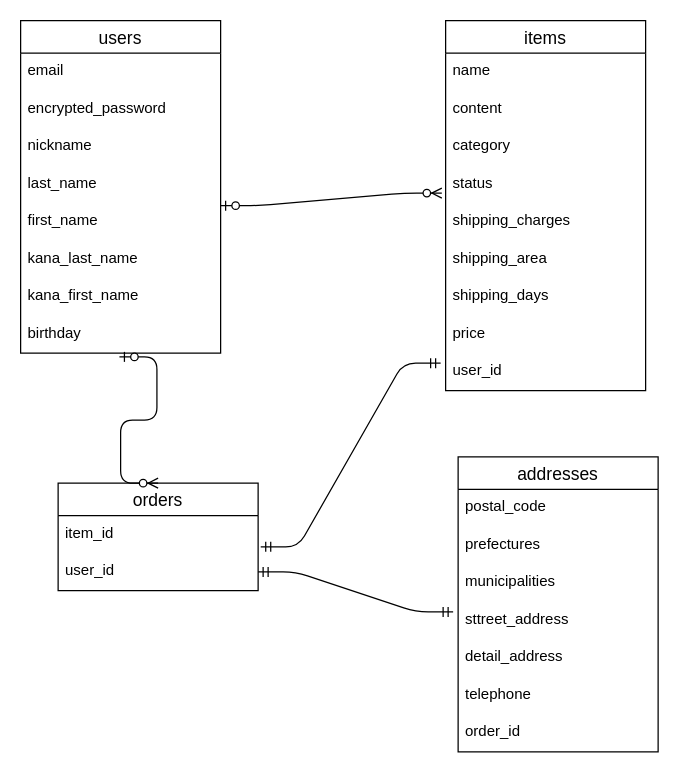
Before: ER.dio in yuki1567/furima-36889, a draw.io diagram. Source tidied: cells renumbered, new cells numbered last; positions are measured from the earlier drawing's top-left corner, leaving out a move shared by most shapes. Both pictures are drawn from the tidied source at 125%, with x=0, y=0 at pixel (20, 20).
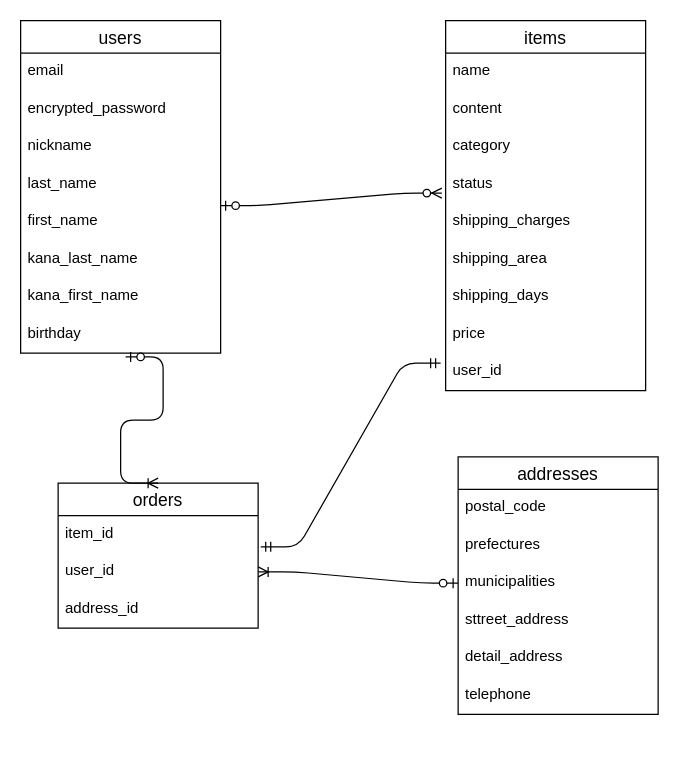
After the change.

Commit message (it also covers changes not shown here):
ER図とデータベース設計の修正

The change refers to these unchanged cells:
```xml
<mxCell id="3" value="item_id" style="text;strokeColor=none;fillColor=none;spacingLeft=4;spacingRight=4;overflow=hidden;points=[[0,0.5],[1,0.5]];portConstraint=eastwest;fontSize=12;" parent="2" vertex="1">
  <mxGeometry y="26" width="160" height="30" as="geometry" />
</mxCell>
<mxCell id="4" value="user_id" style="text;strokeColor=none;fillColor=none;spacingLeft=4;spacingRight=4;overflow=hidden;points=[[0,0.5],[1,0.5]];portConstraint=eastwest;fontSize=12;" parent="2" vertex="1">
  <mxGeometry y="56" width="160" height="30" as="geometry" />
</mxCell>
<mxCell id="13" value="birthday" style="text;strokeColor=none;fillColor=none;spacingLeft=4;spacingRight=4;overflow=hidden;points=[[0,0.5],[1,0.5]];portConstraint=eastwest;fontSize=12;" parent="5" vertex="1">
  <mxGeometry y="236" width="160" height="30" as="geometry" />
</mxCell>
<mxCell id="17" value="municipalities" style="text;strokeColor=none;fillColor=none;spacingLeft=4;spacingRight=4;overflow=hidden;points=[[0,0.5],[1,0.5]];portConstraint=eastwest;fontSize=12;" parent="14" vertex="1">
  <mxGeometry y="86" width="160" height="30" as="geometry" />
</mxCell>
<mxCell id="18" value="sttreet_address" style="text;strokeColor=none;fillColor=none;spacingLeft=4;spacingRight=4;overflow=hidden;points=[[0,0.5],[1,0.5]];portConstraint=eastwest;fontSize=12;" parent="14" vertex="1">
  <mxGeometry y="116" width="160" height="30" as="geometry" />
</mxCell>
<mxCell id="31" value="user_id" style="text;strokeColor=none;fillColor=none;spacingLeft=4;spacingRight=4;overflow=hidden;points=[[0,0.5],[1,0.5]];portConstraint=eastwest;fontSize=12;" parent="22" vertex="1">
  <mxGeometry y="266" width="160" height="30" as="geometry" />
</mxCell>
```

The edit, as a diff of the source:
```diff
@@
     <mxCell id="2" value="orders" style="swimlane;fontStyle=0;horizontal=1;startSize=26;align=center;fontSize=14;" parent="1" vertex="1">
-      <mxGeometry x="30" y="370" width="160" height="86" as="geometry" />
+      <mxGeometry x="30" y="370" width="160" height="116" as="geometry" />
     </mxCell>
@@
+    <mxCell id="36" value="address_id" style="text;strokeColor=none;fillColor=none;spacingLeft=4;spacingRight=4;overflow=hidden;fontSize=12;" parent="2" vertex="1">
+      <mxGeometry y="86" width="160" height="30" as="geometry" />
+    </mxCell>
@@
     <mxCell id="14" value="addresses" style="swimlane;fontStyle=0;horizontal=1;startSize=26;align=center;fontSize=14;" parent="1" vertex="1">
-      <mxGeometry x="350" y="349" width="160" height="236" as="geometry" />
+      <mxGeometry x="350" y="349" width="160" height="206" as="geometry" />
     </mxCell>
@@
-    <mxCell id="21" value="order_id&#10;" style="text;strokeColor=none;fillColor=none;spacingLeft=4;spacingRight=4;overflow=hidden;fontSize=12;" parent="14" vertex="1">
-      <mxGeometry y="206" width="160" height="30" as="geometry" />
-    </mxCell>
@@
+    <mxCell id="34" style="edgeStyle=entityRelationEdgeStyle;fontSize=12;html=1;endArrow=ERmandOne;startArrow=ERmandOne;entryX=-0.025;entryY=0.267;entryDx=0;entryDy=0;entryPerimeter=0;exitX=1.013;exitY=0.833;exitDx=0;exitDy=0;exitPerimeter=0;" parent="1" edge="1" source="3" target="31">
+      <mxGeometry relative="1" as="geometry" />
+    </mxCell>
+    <mxCell id="37" style="edgeStyle=entityRelationEdgeStyle;fontSize=12;html=1;endArrow=ERoneToMany;startArrow=ERzeroToOne;exitX=0;exitY=0.5;exitDx=0;exitDy=0;" parent="1" edge="1" source="17" target="4">
+      <mxGeometry relative="1" as="geometry" />
+    </mxCell>
-    <mxCell id="33" style="edgeStyle=entityRelationEdgeStyle;fontSize=12;html=1;endArrow=ERzeroToMany;startArrow=ERzeroToOne;exitX=0.494;exitY=1.1;exitDx=0;exitDy=0;exitPerimeter=0;entryX=0.5;entryY=0;entryDx=0;entryDy=0;" parent="1" edge="1" source="13" target="2">
+    <mxCell id="33" style="edgeStyle=entityRelationEdgeStyle;fontSize=12;html=1;endArrow=ERoneToMany;startArrow=ERzeroToOne;entryX=0.5;entryY=0;entryDx=0;entryDy=0;exitX=0.525;exitY=1.1;exitDx=0;exitDy=0;exitPerimeter=0;" parent="1" edge="1" source="13" target="2">
       <mxGeometry relative="1" as="geometry" />
     </mxCell>
-    <mxCell id="34" style="edgeStyle=entityRelationEdgeStyle;fontSize=12;html=1;endArrow=ERmandOne;startArrow=ERmandOne;entryX=-0.025;entryY=0.267;entryDx=0;entryDy=0;entryPerimeter=0;exitX=1.013;exitY=0.833;exitDx=0;exitDy=0;exitPerimeter=0;" parent="1" edge="1" source="3" target="31">
-      <mxGeometry relative="1" as="geometry" />
-    </mxCell>
-    <mxCell id="35" style="edgeStyle=entityRelationEdgeStyle;fontSize=12;html=1;endArrow=ERmandOne;startArrow=ERmandOne;exitX=1;exitY=0.5;exitDx=0;exitDy=0;entryX=-0.025;entryY=0.267;entryDx=0;entryDy=0;entryPerimeter=0;" parent="1" edge="1" source="4" target="18">
-      <mxGeometry relative="1" as="geometry" />
-    </mxCell>
```
